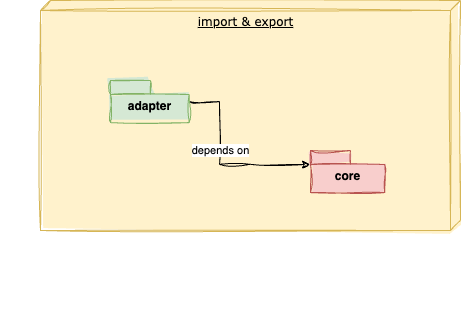
Above: docs/assets/static-level-3.drawio.png in tinohertlein/timesheet-wizard (draw.io), before the change. Source tidied: cells renumbered, new cells last; positions are measured from the earlier drawing's top-left corner, leaving out a move shared by most shapes.
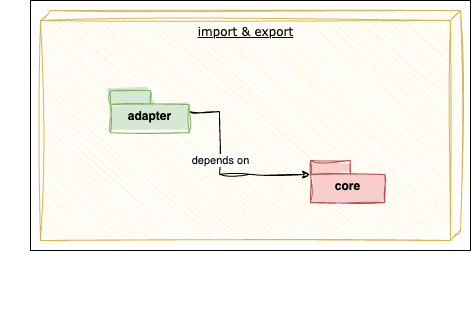
After the commit.

What changed in the source:
```diff
@@ -2,10 +2,13 @@
   <root>
     <mxCell id="0" />
     <mxCell id="1" parent="0" />
+    <mxCell id="8" style="rounded=0;whiteSpace=wrap;html=1;fillStyle=auto;" parent="1" vertex="1">
+      <mxGeometry x="30" y="-10" width="440" height="250" as="geometry" />
+    </mxCell>
     <mxCell id="2" style="group;align=center;verticalAlign=bottom;" parent="1" vertex="1">
       <mxGeometry width="460" height="320" as="geometry" />
     </mxCell>
-    <mxCell id="3" value="import &amp;amp; export" style="verticalAlign=top;align=center;spacingTop=8;spacingLeft=2;spacingRight=12;shape=cube;size=10;direction=south;fontStyle=4;html=1;rounded=0;shadow=0;comic=0;labelBackgroundColor=none;strokeWidth=1;fontFamily=Verdana;fontSize=12;sketch=1;curveFitting=1;jiggle=2;fillColor=#fff2cc;strokeColor=#d6b656;fillStyle=solid;" parent="2" vertex="1">
+    <mxCell id="3" value="import &amp;amp; export" style="verticalAlign=top;align=center;spacingTop=8;spacingLeft=2;spacingRight=12;shape=cube;size=10;direction=south;fontStyle=4;html=1;rounded=0;shadow=0;comic=0;labelBackgroundColor=none;strokeWidth=1;fontFamily=Verdana;fontSize=12;sketch=1;curveFitting=1;jiggle=2;fillColor=#fff2cc;strokeColor=#d6b656;fillStyle=auto;" parent="2" vertex="1">
       <mxGeometry x="40" width="420" height="230" as="geometry" />
     </mxCell>
     <mxCell id="4" style="edgeStyle=orthogonalEdgeStyle;rounded=0;jettySize=auto;html=1;entryX=0;entryY=0;entryDx=0;entryDy=14;entryPerimeter=0;sketch=1;curveFitting=1;jiggle=2;" parent="2" edge="1" source="6" target="7">
```
